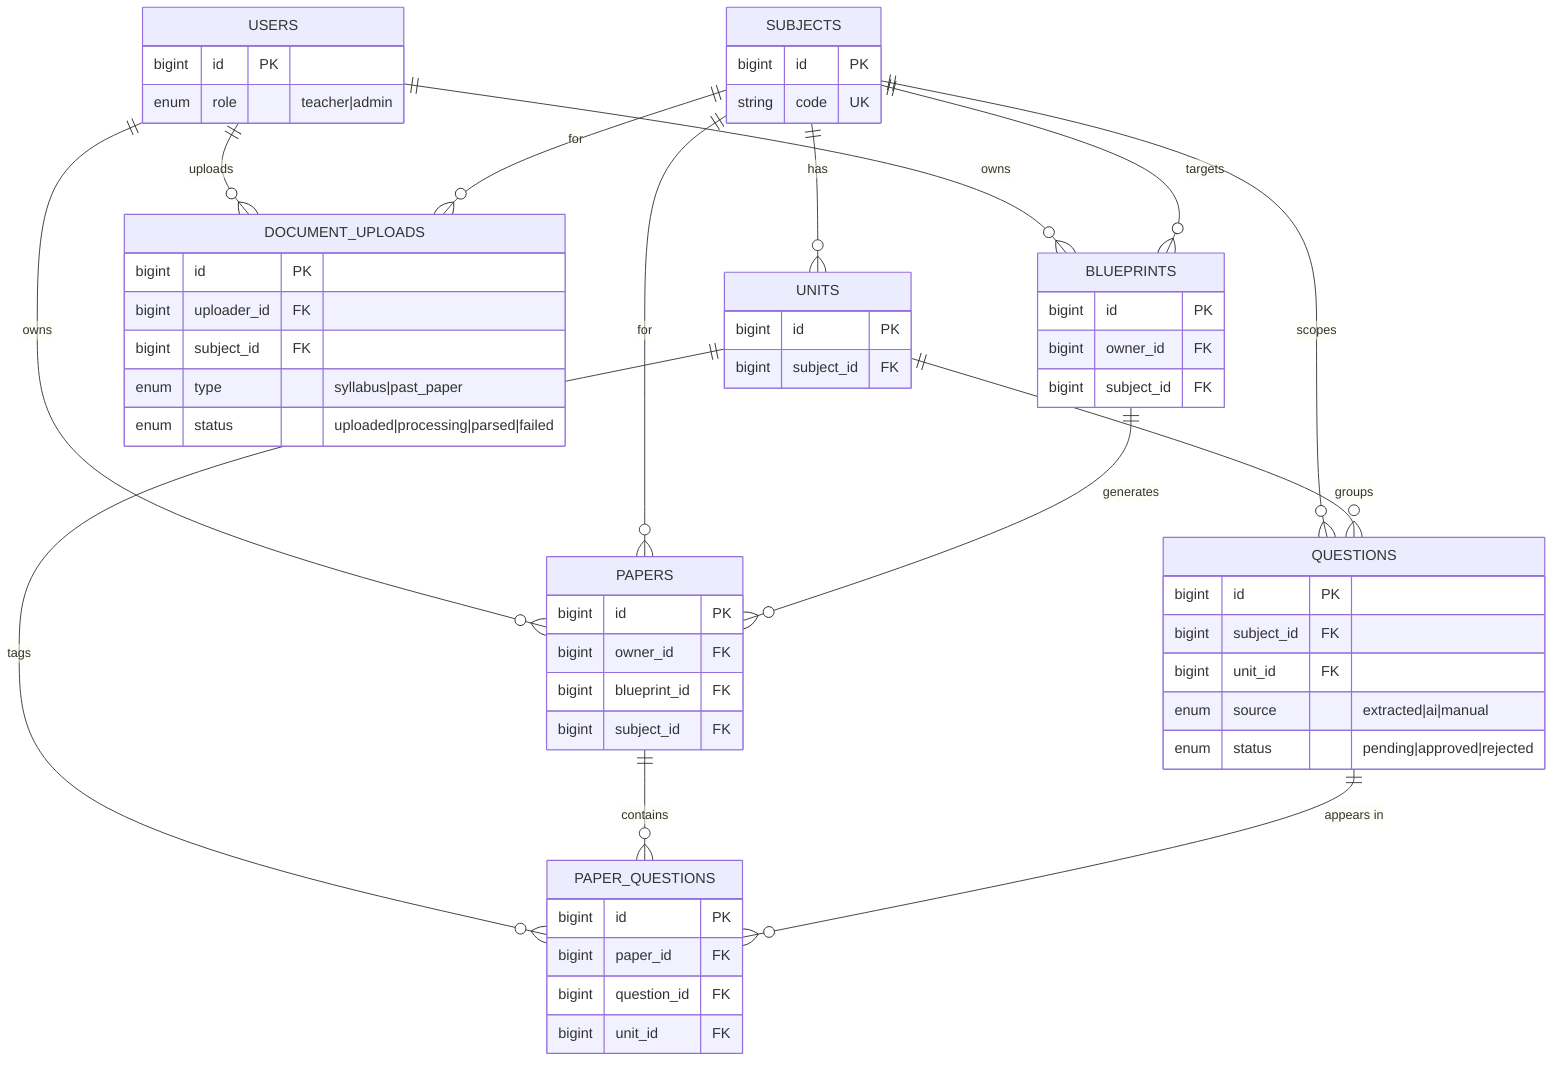
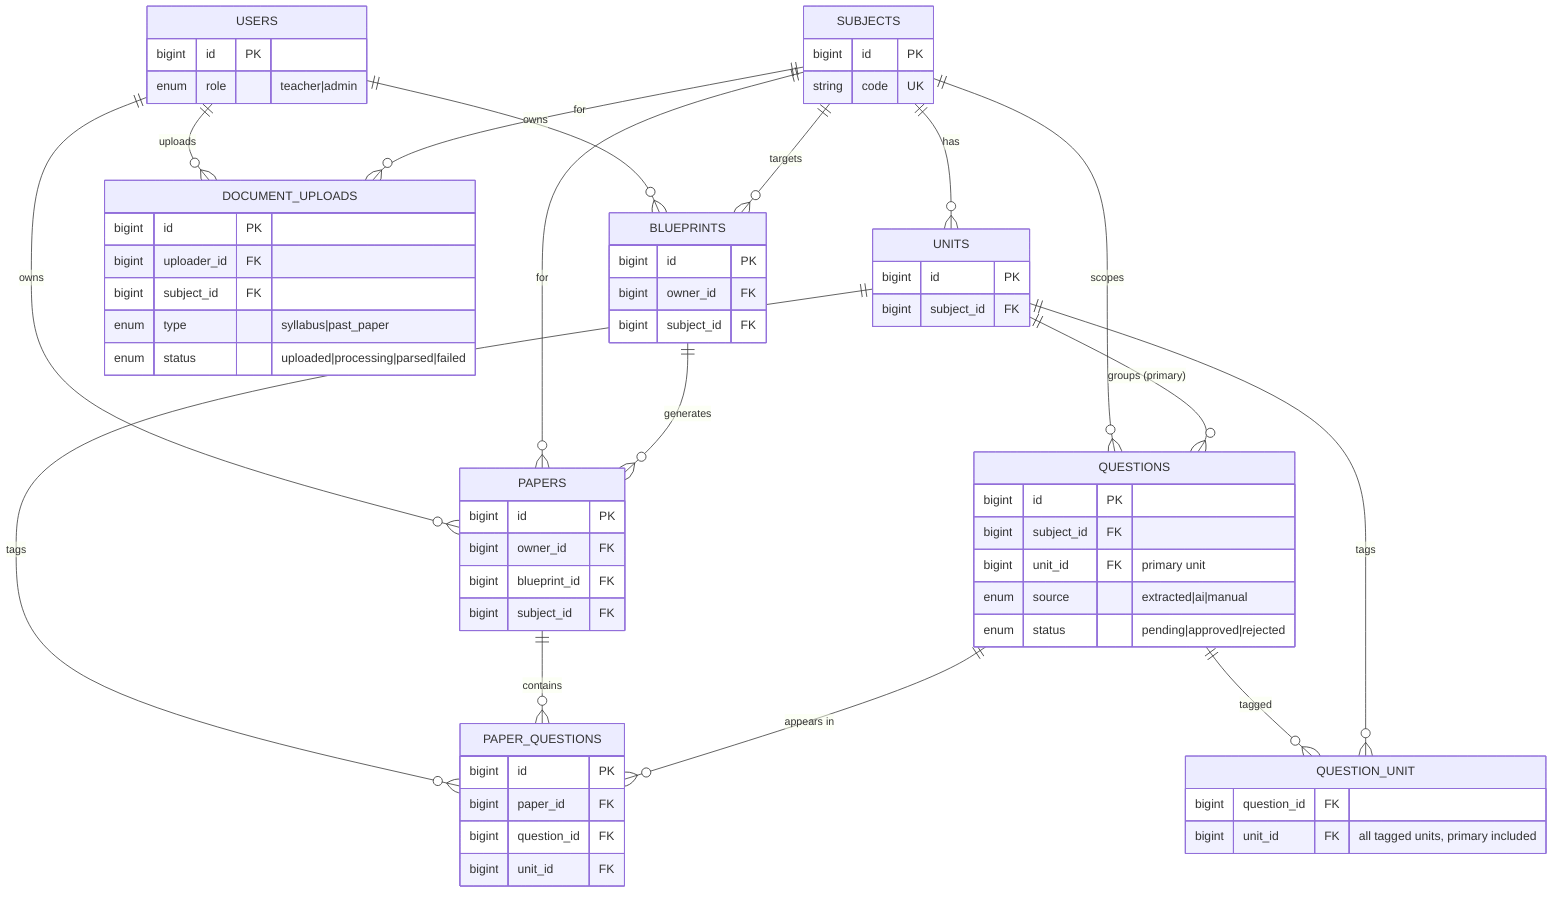
%% QForge database schema after M5 — AI bank expansion
- %% SCHEMA UNCHANGED SINCE M4.
%% AI-generated questions are ordinary QUESTIONS rows with source=ai (flagged for audit).
%% Async AI top-up is tracked via Horizon job batches (framework infra), not a new domain table.
+ %% Post-M5: QUESTION_UNIT pivot — a question may span several units; questions.unit_id
+ %% stays the PRIMARY unit and always also appears in the pivot.
erDiagram
    USERS ||--o{ BLUEPRINTS : owns
    USERS ||--o{ PAPERS : owns
    USERS ||--o{ DOCUMENT_UPLOADS : uploads
    SUBJECTS ||--o{ UNITS : "has"
    SUBJECTS ||--o{ QUESTIONS : "scopes"
    SUBJECTS ||--o{ BLUEPRINTS : "targets"
    SUBJECTS ||--o{ PAPERS : "for"
    SUBJECTS ||--o{ DOCUMENT_UPLOADS : "for"
-     UNITS ||--o{ QUESTIONS : "groups"
+     UNITS ||--o{ QUESTIONS : "groups (primary)"
    UNITS ||--o{ PAPER_QUESTIONS : "tags"
+     QUESTIONS ||--o{ QUESTION_UNIT : "tagged"
+     UNITS ||--o{ QUESTION_UNIT : "tags"
    BLUEPRINTS ||--o{ PAPERS : "generates"
    PAPERS ||--o{ PAPER_QUESTIONS : "contains"
    QUESTIONS ||--o{ PAPER_QUESTIONS : "appears in"

    USERS {
        bigint id PK
        enum role "teacher|admin"
    }
    SUBJECTS {
        bigint id PK
        string code UK
    }
    UNITS {
        bigint id PK
        bigint subject_id FK
    }
    QUESTIONS {
        bigint id PK
        bigint subject_id FK
-         bigint unit_id FK
+         bigint unit_id FK "primary unit"
        enum source "extracted|ai|manual"
        enum status "pending|approved|rejected"
+     }
+     QUESTION_UNIT {
+         bigint question_id FK
+         bigint unit_id FK "all tagged units, primary included"
    }
    BLUEPRINTS {
        bigint id PK
        bigint owner_id FK
        bigint subject_id FK
    }
    PAPERS {
        bigint id PK
        bigint owner_id FK
        bigint blueprint_id FK
        bigint subject_id FK
    }
    PAPER_QUESTIONS {
        bigint id PK
        bigint paper_id FK
        bigint question_id FK
        bigint unit_id FK
    }
    DOCUMENT_UPLOADS {
        bigint id PK
        bigint uploader_id FK
        bigint subject_id FK
        enum type "syllabus|past_paper"
        enum status "uploaded|processing|parsed|failed"
    }
